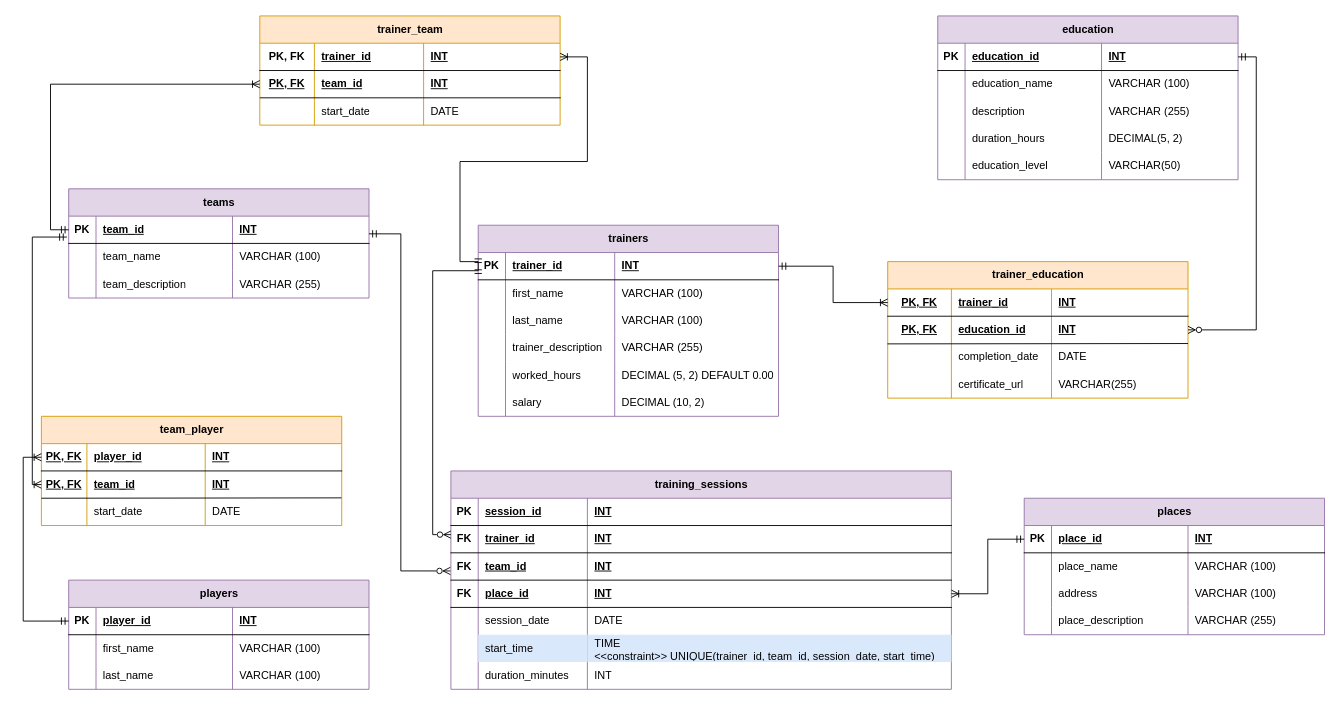
Earlier version of the draw.io diagram 05_Datenbankerstellung & Design/Lasave-KMS_05_LE_04_01_club_management/Lasave-KMS+_05_LE_04_01_club_management_UML.drawio (liliana-lasave/Liliana-Lasave-Codes). Source tidied: cells renumbered, new cells numbered last; positions are measured from the earlier drawing's top-left corner, leaving out a move shared by most shapes. Both pictures are drawn from the tidied source at 91%, with x=0, y=0 at pixel (32, 15).
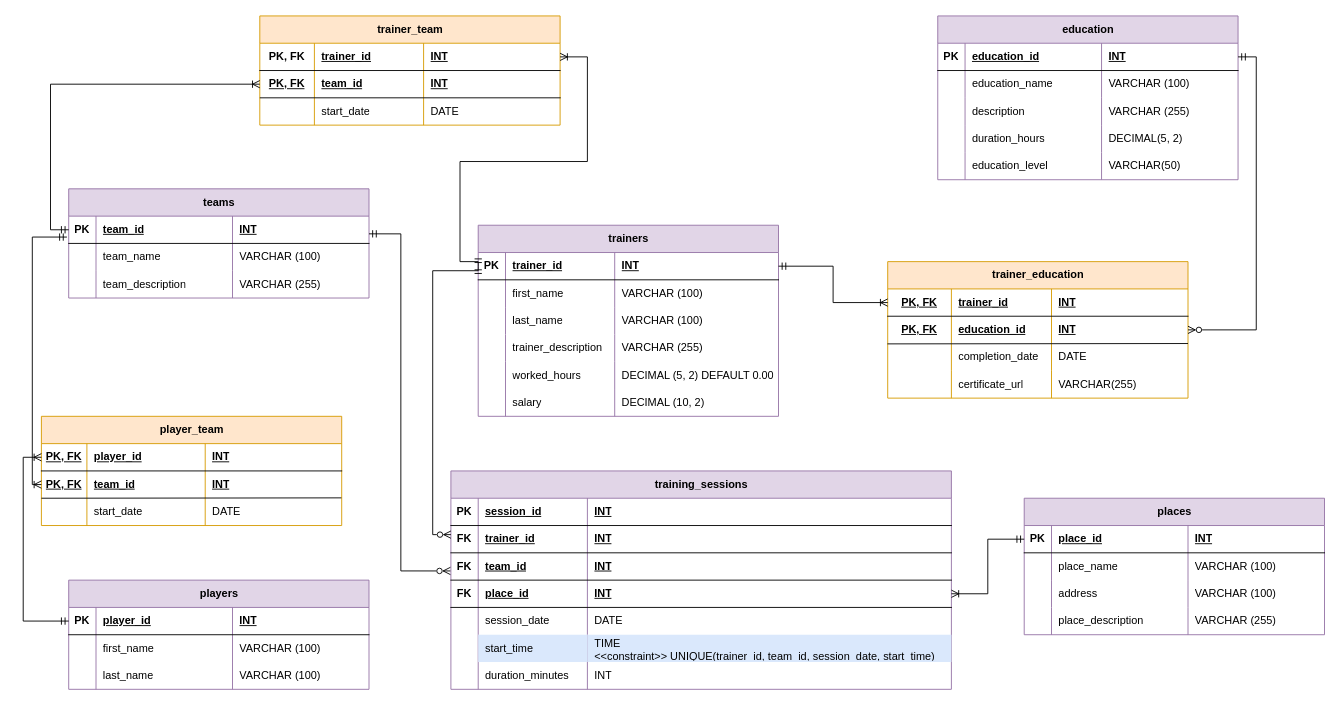
The same diagram, later.

Commit message (it also covers changes not shown here):
Remove backup and temporary drawio files from repo

The edit, as a diff of the source:
```diff
@@
-    <mxCell id="56" value="team_player" style="shape=table;startSize=30;childLayout=tableLayout;rowLines=0;fontStyle=1;align=center;html=1;fillColor=#ffe6cc;strokeColor=#d79b00;" parent="1" vertex="1">
+    <mxCell id="56" value="player_team" style="shape=table;startSize=30;childLayout=tableLayout;rowLines=0;fontStyle=1;align=center;html=1;fillColor=#ffe6cc;strokeColor=#d79b00;" parent="1" vertex="1">
       <mxGeometry x="10" y="440" width="330" height="120" as="geometry" />
     </mxCell>
```
